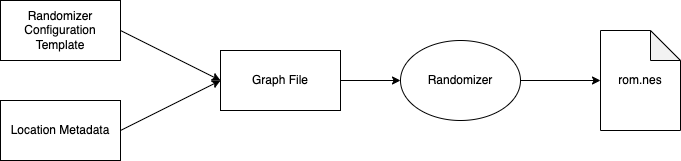
deusprogrammer/zelda2-randomizer-react keeps this draw.io diagram as ROM_Generation.png. Above is the earlier version. Source tidied: cells renumbered, new cells last; positions are measured from the earlier drawing's top-left corner, leaving out a move shared by most shapes.
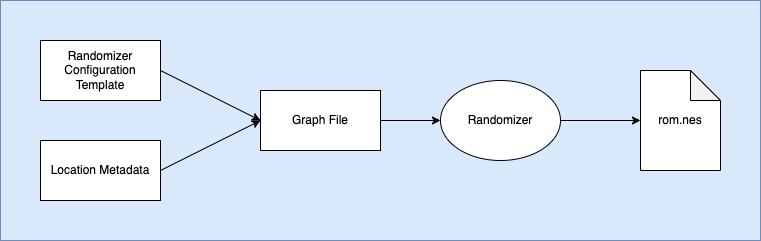
Above is the later version.

Diff of the diagram source:
```diff
@@ -2,6 +2,9 @@
   <root>
     <mxCell id="0" />
     <mxCell id="1" parent="0" />
+    <mxCell id="11" style="rounded=0;whiteSpace=wrap;html=1;fillColor=#dae8fc;strokeColor=#6c8ebf;" parent="1" vertex="1">
+      <mxGeometry x="-40" y="-40" width="760" height="240" as="geometry" />
+    </mxCell>
     <mxCell id="2" value="Randomizer Configuration Template" style="rounded=0;whiteSpace=wrap;html=1;" parent="1" vertex="1">
       <mxGeometry width="120" height="60" as="geometry" />
     </mxCell>
```
